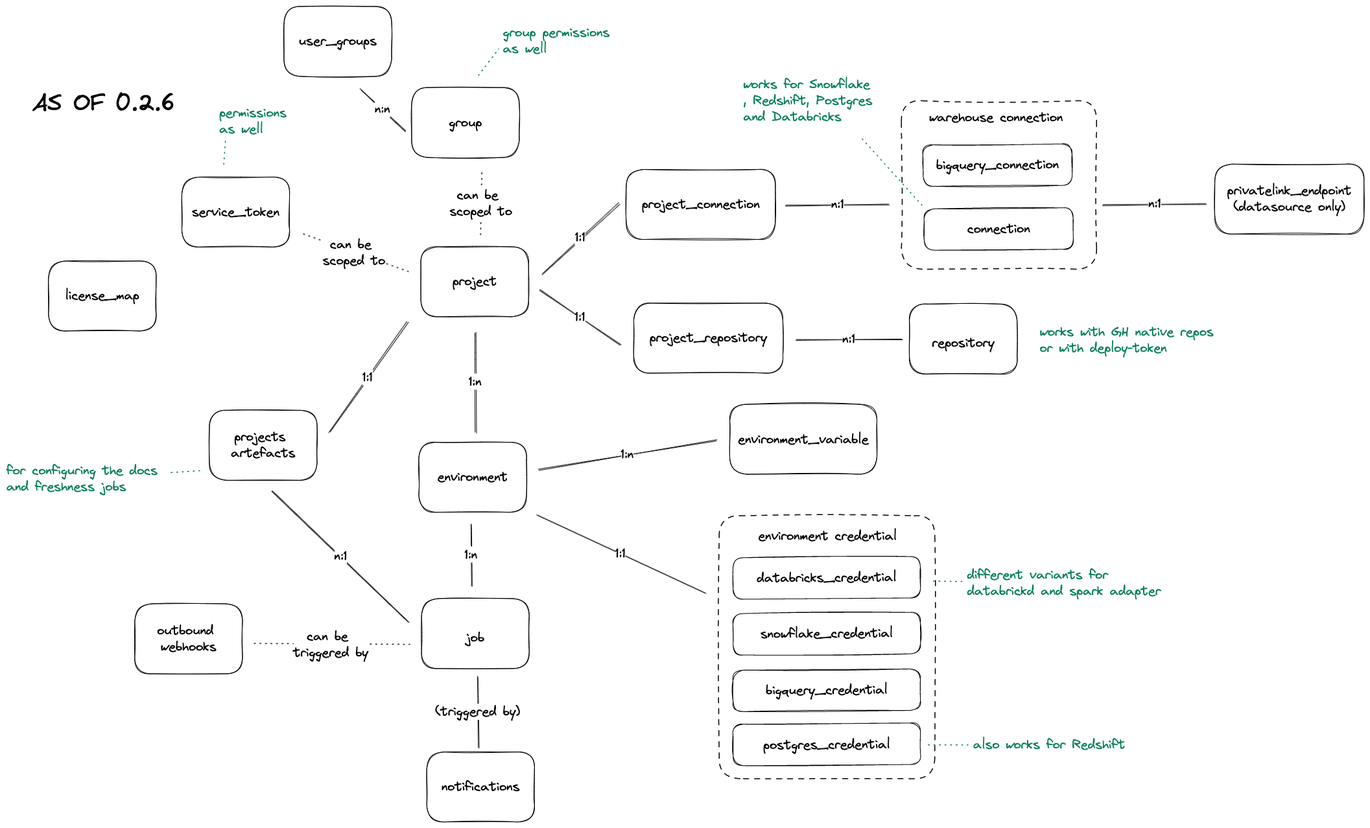
Above: terraform_resources.excalidraw.png in dbt-labs/terraform-provider-dbtcloud (Excalidraw), before the change. Source tidied: one line per element, renumbered; positions are measured from the earlier drawing's top-left corner, leaving out a move shared by most shapes.
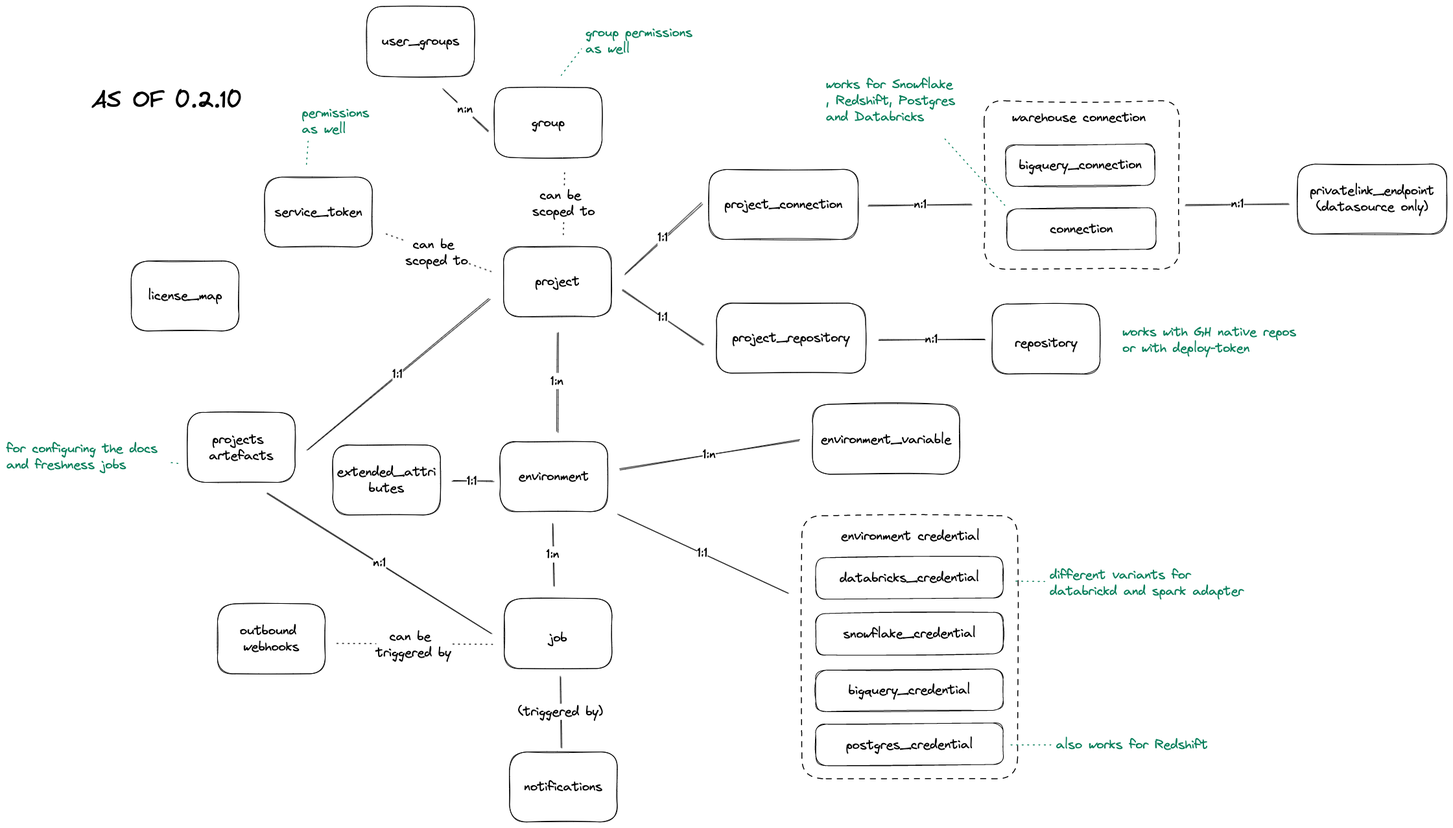
After the change.

What changed in the source:
```diff
@@ -7,8 +7,8 @@
 {"id": 6, "type": "text", "text": "project_repository", "strokeColor": "#000000", "strokeWidth": 1, "roughness": 1, "fontSize": 20, "fontFamily": 1, "textAlign": "center", "verticalAlign": "middle", "inside": 5, "x": 992, "y": 499, "width": 181, "height": 25}
 {"id": 7, "type": "rectangle", "strokeColor": "#000000", "strokeWidth": 1, "roughness": 1, "round": true, "x": 1393, "y": 459, "width": 166, "height": 108}
 {"id": 8, "type": "text", "text": "repository", "strokeColor": "#000000", "strokeWidth": 1, "roughness": 1, "fontSize": 20, "fontFamily": 1, "textAlign": "center", "verticalAlign": "middle", "inside": 7, "x": 1428, "y": 507, "width": 96, "height": 25}
-{"id": 9, "type": "rectangle", "strokeColor": "#000000", "strokeWidth": 1, "roughness": 1, "round": true, "x": 636, "y": 673, "width": 166, "height": 108}
+{"id": 9, "type": "rectangle", "strokeColor": "#000000", "strokeWidth": 1, "roughness": 1, "round": true, "x": 633, "y": 672, "width": 166, "height": 108}
-{"id": 10, "type": "text", "text": "environment", "strokeColor": "#000000", "strokeWidth": 1, "roughness": 1, "fontSize": 20, "fontFamily": 1, "textAlign": "center", "verticalAlign": "middle", "inside": 9, "x": 665, "y": 714, "width": 108, "height": 25}
+{"id": 10, "type": "text", "text": "environment", "strokeColor": "#000000", "strokeWidth": 1, "roughness": 1, "fontSize": 20, "fontFamily": 1, "textAlign": "center", "verticalAlign": "middle", "inside": 9, "x": 662, "y": 713, "width": 108, "height": 25}
 {"id": 11, "type": "rectangle", "strokeColor": "#000000", "strokeWidth": 1, "strokeStyle": "dashed", "roughness": 1, "round": true, "x": 1099, "y": 786, "width": 333, "height": 406}
 {"id": 12, "type": "rectangle", "strokeColor": "#000000", "strokeWidth": 1, "roughness": 1, "round": true, "x": 640, "y": 914, "width": 166, "height": 108}
 {"id": 13, "type": "text", "text": "job", "strokeColor": "#000000", "strokeWidth": 1, "roughness": 1, "fontSize": 20, "fontFamily": 1, "textAlign": "center", "verticalAlign": "middle", "inside": 12, "x": 709, "y": 962, "width": 28, "height": 25}
@@ -28,8 +28,8 @@
 {"id": 27, "type": "text", "text": "bigquery_credential", "strokeColor": "#000000", "angle": 6.28, "strokeWidth": 1, "roughness": 1, "fontSize": 20, "fontFamily": 1, "textAlign": "center", "verticalAlign": "middle", "inside": 26, "x": 1171, "y": 1043, "width": 188, "height": 25}
 {"id": 28, "type": "rectangle", "strokeColor": "#000000", "angle": 6.28, "strokeWidth": 1, "roughness": 1, "round": true, "x": 1121, "y": 936, "width": 289, "height": 64}
 {"id": 29, "type": "text", "text": "snowflake_credential", "strokeColor": "#000000", "angle": 6.28, "strokeWidth": 1, "roughness": 1, "fontSize": 20, "fontFamily": 1, "textAlign": "center", "verticalAlign": "middle", "inside": 28, "x": 1163, "y": 956, "width": 204, "height": 25}
-{"id": 30, "type": "arrow", "strokeColor": "#000000", "strokeWidth": 1, "roughness": 1, "round": true, "from": 0, "to": 9, "x": 722, "y": 502, "width": 1, "height": 154, "points": [[0, 0], [1, 154]]}
+{"id": 30, "type": "arrow", "strokeColor": "#000000", "strokeWidth": 1, "roughness": 1, "round": true, "from": 0, "to": 9, "x": 722, "y": 502, "width": 1, "height": 153, "points": [[0, 0], [-1, 153]]}
-{"id": 31, "type": "text", "text": "1:n", "strokeColor": "#000000", "strokeWidth": 1, "roughness": 1, "fontSize": 20, "fontFamily": 1, "textAlign": "center", "verticalAlign": "middle", "inside": 30, "x": 713, "y": 567, "width": 20, "height": 25}
+{"id": 31, "type": "text", "text": "1:n", "strokeColor": "#000000", "strokeWidth": 1, "roughness": 1, "fontSize": 20, "fontFamily": 1, "textAlign": "center", "verticalAlign": "middle", "inside": 30, "x": 712, "y": 566, "width": 20, "height": 25}
 {"id": 32, "type": "arrow", "strokeColor": "#000000", "strokeWidth": 1, "roughness": 1, "round": true, "from": 3, "to": 0, "x": 944, "y": 302, "width": 119, "height": 109, "points": [[0, 0], [-119, 109]]}
 {"id": 33, "type": "text", "text": "1:1", "strokeColor": "#000000", "strokeWidth": 1, "roughness": 1, "fontSize": 20, "fontFamily": 1, "textAlign": "center", "verticalAlign": "middle", "inside": 32, "x": 877, "y": 344, "width": 16, "height": 25}
 {"id": 34, "type": "arrow", "strokeColor": "#000000", "strokeWidth": 1, "roughness": 1, "round": true, "from": 5, "to": 0, "x": 947, "y": 522, "width": 126, "height": 85, "points": [[0, 0], [-126, -85]]}
@@ -38,23 +38,23 @@
 {"id": 37, "type": "text", "text": "n:1", "strokeColor": "#000000", "strokeWidth": 1, "roughness": 1, "fontSize": 20, "fontFamily": 1, "textAlign": "center", "verticalAlign": "middle", "inside": 36, "x": 1289, "y": 501, "width": 20, "height": 25}
 {"id": 38, "type": "arrow", "strokeColor": "#000000", "strokeWidth": 1, "roughness": 1, "round": true, "from": 2, "to": 3, "x": 1362, "y": 305, "width": 161, "height": 0, "points": [[0, 0], [-161, 0]]}
 {"id": 39, "type": "text", "text": "n:1", "strokeColor": "#000000", "strokeWidth": 1, "roughness": 1, "fontSize": 20, "fontFamily": 1, "textAlign": "center", "verticalAlign": "middle", "inside": 38, "x": 1272, "y": 293, "width": 20, "height": 25}
-{"id": 40, "type": "arrow", "strokeColor": "#000000", "strokeWidth": 1, "roughness": 1, "round": true, "from": 24, "to": 9, "x": 1095, "y": 669, "width": 275, "height": 46, "points": [[0, 0], [-275, 46]]}
+{"id": 40, "type": "arrow", "strokeColor": "#000000", "strokeWidth": 1, "roughness": 1, "round": true, "from": 24, "to": 9, "x": 1095, "y": 669, "width": 277, "height": 45, "points": [[0, 0], [-277, 45]]}
-{"id": 41, "type": "text", "text": "1:n", "strokeColor": "#000000", "strokeWidth": 1, "roughness": 1, "fontSize": 20, "fontFamily": 1, "textAlign": "center", "verticalAlign": "middle", "inside": 40, "x": 948, "y": 679, "width": 20, "height": 25}
+{"id": 41, "type": "text", "text": "1:n", "strokeColor": "#000000", "strokeWidth": 1, "roughness": 1, "fontSize": 20, "fontFamily": 1, "textAlign": "center", "verticalAlign": "middle", "inside": 40, "x": 946, "y": 679, "width": 20, "height": 25}
-{"id": 42, "type": "arrow", "strokeColor": "#000000", "strokeWidth": 1, "roughness": 1, "round": true, "from": 12, "to": 9, "x": 717, "y": 894, "width": 1, "height": 96, "points": [[0, 0], [-1, -96]]}
+{"id": 42, "type": "arrow", "strokeColor": "#000000", "strokeWidth": 1, "roughness": 1, "round": true, "from": 12, "to": 9, "x": 716, "y": 894, "width": 2, "height": 97, "points": [[0, 0], [-2, -97]]}
-{"id": 43, "type": "text", "text": "1:n", "strokeColor": "#000000", "strokeWidth": 1, "roughness": 1, "fontSize": 20, "fontFamily": 1, "textAlign": "center", "verticalAlign": "middle", "inside": 42, "x": 707, "y": 834, "width": 20, "height": 25}
+{"id": 43, "type": "text", "text": "1:n", "strokeColor": "#000000", "strokeWidth": 1, "roughness": 1, "fontSize": 20, "fontFamily": 1, "textAlign": "center", "verticalAlign": "middle", "inside": 42, "x": 705, "y": 833, "width": 20, "height": 25}
-{"id": 44, "type": "arrow", "strokeColor": "#000000", "strokeWidth": 1, "roughness": 1, "round": true, "from": 11, "to": 9, "x": 1076, "y": 904, "width": 259, "height": 120, "points": [[0, 0], [-259, -120]]}
+{"id": 44, "type": "arrow", "strokeColor": "#000000", "strokeWidth": 1, "roughness": 1, "round": true, "from": 11, "to": 9, "x": 1076, "y": 904, "width": 262, "height": 121, "points": [[0, 0], [-262, -121]]}
-{"id": 45, "type": "text", "text": "1:1", "strokeColor": "#000000", "strokeWidth": 1, "roughness": 1, "fontSize": 20, "fontFamily": 1, "textAlign": "center", "verticalAlign": "middle", "inside": 44, "x": 939, "y": 832, "width": 16, "height": 25}
+{"id": 45, "type": "text", "text": "1:1", "strokeColor": "#000000", "strokeWidth": 1, "roughness": 1, "fontSize": 20, "fontFamily": 1, "textAlign": "center", "verticalAlign": "middle", "inside": 44, "x": 938, "y": 831, "width": 16, "height": 25}
 {"id": 46, "type": "text", "text": "works for Snowflake\n, Redshift, Postgres\nand Databricks", "strokeColor": "#087f5b", "strokeWidth": 1, "roughness": 1, "fontSize": 20, "fontFamily": 1, "x": 1136, "y": 108, "width": 199, "height": 75}
 {"id": 47, "type": "arrow", "strokeColor": "#087f5b", "strokeWidth": 1, "strokeStyle": "dotted", "roughness": 1, "round": true, "from": 19, "to": 46, "x": 1412, "y": 308, "width": 98, "height": 109, "points": [[0, 0], [-98, -109]]}
-{"id": 48, "type": "rectangle", "strokeColor": "#000000", "strokeWidth": 1, "roughness": 1, "round": true, "x": 313, "y": 623, "width": 166, "height": 108}
+{"id": 48, "type": "rectangle", "strokeColor": "#000000", "strokeWidth": 1, "roughness": 1, "round": true, "x": 152, "y": 627, "width": 166, "height": 108}
-{"id": 49, "type": "text", "text": "projects \nartefacts", "strokeColor": "#000000", "strokeWidth": 1, "roughness": 1, "fontSize": 20, "fontFamily": 1, "textAlign": "center", "verticalAlign": "middle", "inside": 48, "x": 346, "y": 652, "width": 99, "height": 50}
+{"id": 49, "type": "text", "text": "projects \nartefacts", "strokeColor": "#000000", "strokeWidth": 1, "roughness": 1, "fontSize": 20, "fontFamily": 1, "textAlign": "center", "verticalAlign": "middle", "inside": 48, "x": 185, "y": 656, "width": 99, "height": 50}
-{"id": 50, "type": "arrow", "strokeColor": "#000000", "strokeWidth": 1, "roughness": 1, "round": true, "from": 48, "to": 0, "x": 496, "y": 658, "width": 121, "height": 171, "points": [[0, 0], [121, -171]]}
+{"id": 50, "type": "arrow", "strokeColor": "#000000", "strokeWidth": 1, "roughness": 1, "round": true, "from": 48, "to": 0, "x": 335, "y": 685, "width": 281, "height": 234, "points": [[0, 0], [281, -234]]}
-{"id": 51, "type": "text", "text": "1:1", "strokeColor": "#000000", "strokeWidth": 1, "roughness": 1, "fontSize": 20, "fontFamily": 1, "textAlign": "center", "verticalAlign": "middle", "inside": 50, "x": 549, "y": 560, "width": 16, "height": 25}
+{"id": 51, "type": "text", "text": "1:1", "strokeColor": "#000000", "strokeWidth": 1, "roughness": 1, "fontSize": 20, "fontFamily": 1, "textAlign": "center", "verticalAlign": "middle", "inside": 50, "x": 468, "y": 555, "width": 16, "height": 25}
-{"id": 52, "type": "arrow", "strokeColor": "#000000", "strokeWidth": 1, "roughness": 1, "round": true, "from": 12, "to": 48, "x": 621, "y": 949, "width": 212, "height": 202, "points": [[0, 0], [-212, -202]]}
+{"id": 52, "type": "arrow", "strokeColor": "#000000", "strokeWidth": 1, "roughness": 1, "round": true, "from": 12, "to": 48, "x": 621, "y": 966, "width": 347, "height": 216, "points": [[0, 0], [-347, -216]]}
-{"id": 53, "type": "text", "text": "n:1", "strokeColor": "#000000", "strokeWidth": 1, "roughness": 1, "fontSize": 20, "fontFamily": 1, "textAlign": "center", "verticalAlign": "middle", "inside": 52, "x": 506, "y": 836, "width": 20, "height": 25}
+{"id": 53, "type": "text", "text": "n:1", "strokeColor": "#000000", "strokeWidth": 1, "roughness": 1, "fontSize": 20, "fontFamily": 1, "textAlign": "center", "verticalAlign": "middle", "inside": 52, "x": 438, "y": 846, "width": 20, "height": 25}
-{"id": 54, "type": "text", "text": "for configuring the docs\nand freshness jobs", "strokeColor": "#087f5b", "strokeWidth": 1, "roughness": 1, "fontSize": 20, "fontFamily": 1, "x": 0, "y": 704, "width": 233, "height": 50}
+{"id": 54, "type": "text", "text": "for configuring the docs\nand freshness jobs", "strokeColor": "#087f5b", "strokeWidth": 1, "roughness": 1, "fontSize": 20, "fontFamily": 1, "x": -128, "y": 670, "width": 233, "height": 50}
-{"id": 55, "type": "arrow", "strokeColor": "#087f5b", "strokeWidth": 1, "strokeStyle": "dotted", "roughness": 1, "round": true, "from": 48, "to": 54, "x": 297, "y": 716, "width": 50, "height": 4, "points": [[0, 0], [-50, 4]]}
+{"id": 55, "type": "arrow", "strokeColor": "#087f5b", "strokeWidth": 1, "strokeStyle": "dotted", "roughness": 1, "round": true, "from": 48, "to": 54, "x": 136, "y": 705, "width": 16, "height": 1, "points": [[0, 0], [-16, -1]]}
-{"id": 56, "type": "text", "text": "AS OF 0.2.6", "strokeColor": "#000000", "backgroundColor": "#868e96", "fillStyle": "hachure", "strokeWidth": 1, "roughness": 1, "fontSize": 36, "fontFamily": 1, "x": 40, "y": 128, "width": 221, "height": 45}
+{"id": 56, "type": "text", "text": "AS OF 0.2.10", "strokeColor": "#000000", "backgroundColor": "#868e96", "fillStyle": "hachure", "strokeWidth": 1, "roughness": 1, "fontSize": 36, "fontFamily": 1, "x": 4, "y": 123, "width": 233, "height": 45}
 {"id": 57, "type": "rectangle", "strokeColor": "#000000", "angle": 6.28, "strokeWidth": 1, "roughness": 1, "round": true, "x": 1121, "y": 1107, "width": 289, "height": 64}
 {"id": 58, "type": "text", "text": "postgres_credential", "strokeColor": "#000000", "angle": 6.28, "strokeWidth": 1, "roughness": 1, "fontSize": 20, "fontFamily": 1, "textAlign": "center", "verticalAlign": "middle", "inside": 57, "x": 1167, "y": 1127, "width": 196, "height": 25}
 {"id": 59, "type": "text", "text": "also works for Redshift", "strokeColor": "#087f5b", "strokeWidth": 1, "roughness": 1, "fontSize": 20, "fontFamily": 1, "x": 1491, "y": 1127, "width": 234, "height": 25}
@@ -71,9 +71,9 @@
 {"id": 70, "type": "text", "text": "permissions \nas well", "strokeColor": "#087f5b", "strokeWidth": 1, "roughness": 1, "fontSize": 20, "fontFamily": 1, "x": 328, "y": 152, "width": 114, "height": 50}
 {"id": 71, "type": "arrow", "strokeColor": "#087f5b", "strokeWidth": 1, "strokeStyle": "dotted", "roughness": 1, "round": true, "from": 68, "to": 70, "x": 334, "y": 244, "width": 3, "height": 36, "points": [[0, 0], [3, -36]]}
 {"id": 72, "type": "arrow", "strokeColor": "#000000", "strokeWidth": 1, "strokeStyle": "dotted", "roughness": 1, "round": true, "from": 0, "to": 68, "x": 619, "y": 410, "width": 166, "height": 60, "points": [[0, 0], [-166, -60]]}
-{"id": 73, "type": "text", "text": "can be \nscoped to", "strokeColor": "#000000", "strokeWidth": 1, "roughness": 1, "fontSize": 20, "fontFamily": 1, "textAlign": "center", "verticalAlign": "middle", "inside": 72, "x": 559, "y": 271, "width": 97, "height": 50}
+{"id": 73, "type": "text", "text": "can be \nscoped to", "strokeColor": "#000000", "strokeWidth": 1, "roughness": 1, "fontSize": 20, "fontFamily": 1, "textAlign": "center", "verticalAlign": "middle", "inside": 72, "x": 488, "y": 355, "width": 97, "height": 50}
 {"id": 74, "type": "arrow", "strokeColor": "#000000", "strokeWidth": 1, "strokeStyle": "dotted", "roughness": 1, "round": true, "from": 0, "to": 14, "x": 731, "y": 353, "width": 2, "height": 99, "points": [[0, 0], [2, -99]]}
-{"id": 75, "type": "text", "text": "can be \nscoped to", "strokeColor": "#000000", "strokeWidth": 1, "roughness": 1, "fontSize": 20, "fontFamily": 1, "textAlign": "center", "verticalAlign": "middle", "inside": 74, "x": 737, "y": 278, "width": 97, "height": 50}
+{"id": 75, "type": "text", "text": "can be \nscoped to", "strokeColor": "#000000", "strokeWidth": 1, "roughness": 1, "fontSize": 20, "fontFamily": 1, "textAlign": "center", "verticalAlign": "middle", "inside": 74, "x": 683, "y": 279, "width": 97, "height": 50}
 {"id": 76, "type": "rectangle", "strokeColor": "#000000", "strokeWidth": 1, "roughness": 1, "round": true, "x": 198, "y": 922, "width": 166, "height": 108}
 {"id": 77, "type": "text", "text": "outbound \nwebhooks", "strokeColor": "#000000", "strokeWidth": 1, "roughness": 1, "fontSize": 20, "fontFamily": 1, "textAlign": "center", "verticalAlign": "middle", "inside": 76, "x": 232, "y": 951, "width": 97, "height": 50}
 {"id": 78, "type": "arrow", "strokeColor": "#000000", "strokeWidth": 1, "strokeStyle": "dotted", "roughness": 1, "round": true, "from": 12, "to": 76, "x": 621, "y": 986, "width": 243, "height": 2, "points": [[0, 0], [-243, -2]]}
@@ -85,8 +85,12 @@
 {"id": 84, "type": "rectangle", "strokeColor": "#000000", "strokeWidth": 1, "roughness": 1, "round": true, "x": 428, "y": 0, "width": 166, "height": 108}
 {"id": 85, "type": "text", "text": "user_groups", "strokeColor": "#000000", "strokeWidth": 1, "roughness": 1, "fontSize": 20, "fontFamily": 1, "textAlign": "center", "verticalAlign": "middle", "inside": 84, "x": 451, "y": 41, "width": 120, "height": 25}
 {"id": 86, "type": "arrow", "strokeColor": "#000000", "strokeWidth": 1, "roughness": 1, "round": true, "from": 84, "to": 14, "x": 545, "y": 126, "width": 70, "height": 65, "points": [[0, 0], [70, 65]]}
-{"id": 87, "type": "text", "text": "n:n", "strokeColor": "#000000", "strokeWidth": 1, "roughness": 1, "fontSize": 20, "fontFamily": 1, "textAlign": "center", "verticalAlign": "middle", "inside": 86, "x": 849, "y": 39, "width": 24, "height": 25}
+{"id": 87, "type": "text", "text": "n:n", "strokeColor": "#000000", "strokeWidth": 1, "roughness": 1, "fontSize": 20, "fontFamily": 1, "textAlign": "center", "verticalAlign": "middle", "inside": 86, "x": 568, "y": 146, "width": 24, "height": 25}
 {"id": 88, "type": "rectangle", "strokeColor": "#000000", "strokeWidth": 1, "roughness": 1, "round": true, "x": 648, "y": 1151, "width": 166, "height": 108}
 {"id": 89, "type": "text", "text": "notifications", "strokeColor": "#000000", "strokeWidth": 1, "roughness": 1, "fontSize": 20, "fontFamily": 1, "textAlign": "center", "verticalAlign": "middle", "inside": 88, "x": 671, "y": 1192, "width": 121, "height": 25}
 {"id": 90, "type": "arrow", "strokeColor": "#000000", "strokeWidth": 1, "roughness": 1, "round": true, "from": 88, "to": 12, "x": 727, "y": 1144, "width": 2, "height": 110, "points": [[0, 0], [-2, -110]]}
 {"id": 91, "type": "text", "text": "(triggered by)", "strokeColor": "#000000", "strokeWidth": 1, "roughness": 1, "fontSize": 20, "fontFamily": 1, "textAlign": "center", "verticalAlign": "middle", "inside": 90, "x": 661, "y": 1076, "width": 131, "height": 25}
+{"id": 92, "type": "rectangle", "strokeColor": "#000000", "strokeWidth": 1, "roughness": 1, "round": true, "x": 375, "y": 677, "width": 166, "height": 108}
+{"id": 93, "type": "text", "text": "extended_attri\nbutes", "strokeColor": "#000000", "strokeWidth": 1, "roughness": 1, "fontSize": 20, "fontFamily": 1, "textAlign": "center", "verticalAlign": "middle", "inside": 92, "x": 382, "y": 706, "width": 153, "height": 50}
+{"id": 94, "type": "arrow", "strokeColor": "#000000", "strokeWidth": 1, "roughness": 1, "round": true, "from": 92, "to": 9, "x": 558, "y": 732, "width": 63, "height": 0, "points": [[0, 0], [63, 0]]}
+{"id": 95, "type": "text", "text": "1:1", "strokeColor": "#000000", "strokeWidth": 1, "roughness": 1, "fontSize": 20, "fontFamily": 1, "textAlign": "center", "verticalAlign": "middle", "inside": 94, "x": 582, "y": 720, "width": 16, "height": 25}
```
